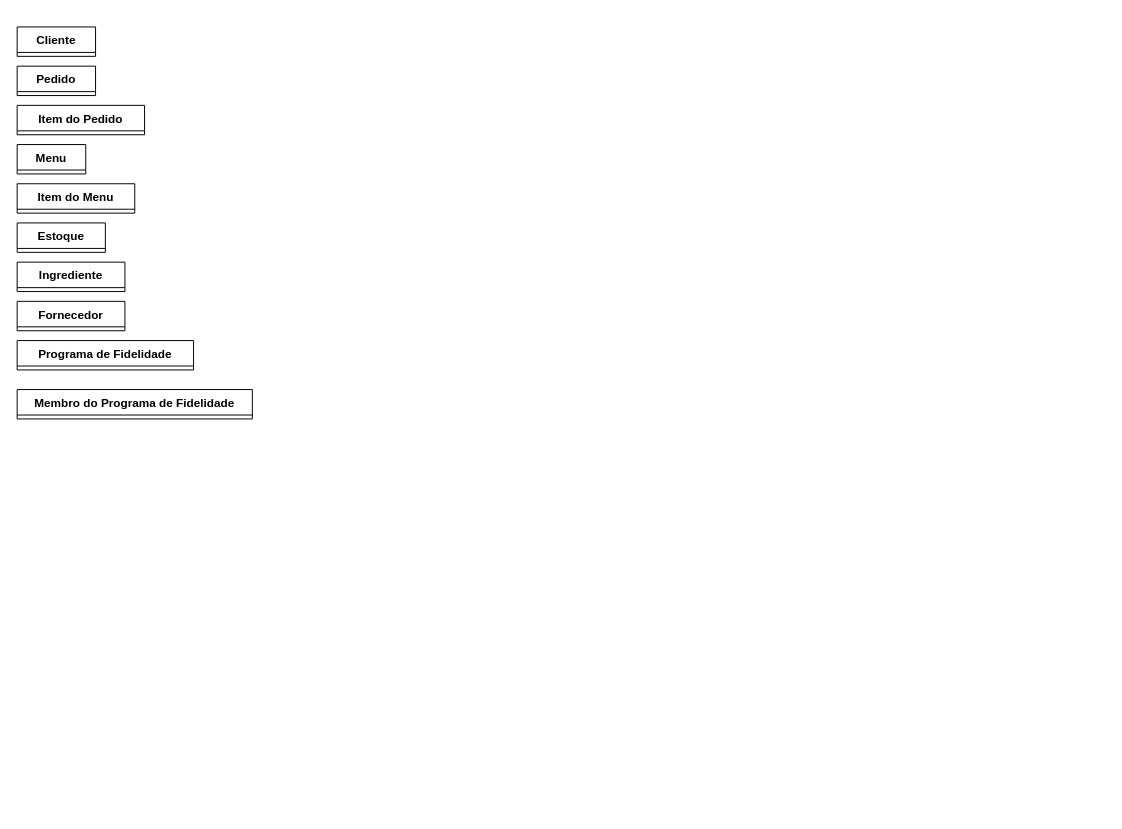
JORGEMELO21/StarupSequencial keeps this draw.io diagram as DiagramaDeClasses.drawio. Above is the earlier version. Source tidied: cells renumbered, new cells numbered last; positions are measured from the earlier drawing's top-left corner, leaving out a move shared by most shapes. Both pictures are drawn from the tidied source at 98%, with x=0, y=0 at pixel (17, 26).
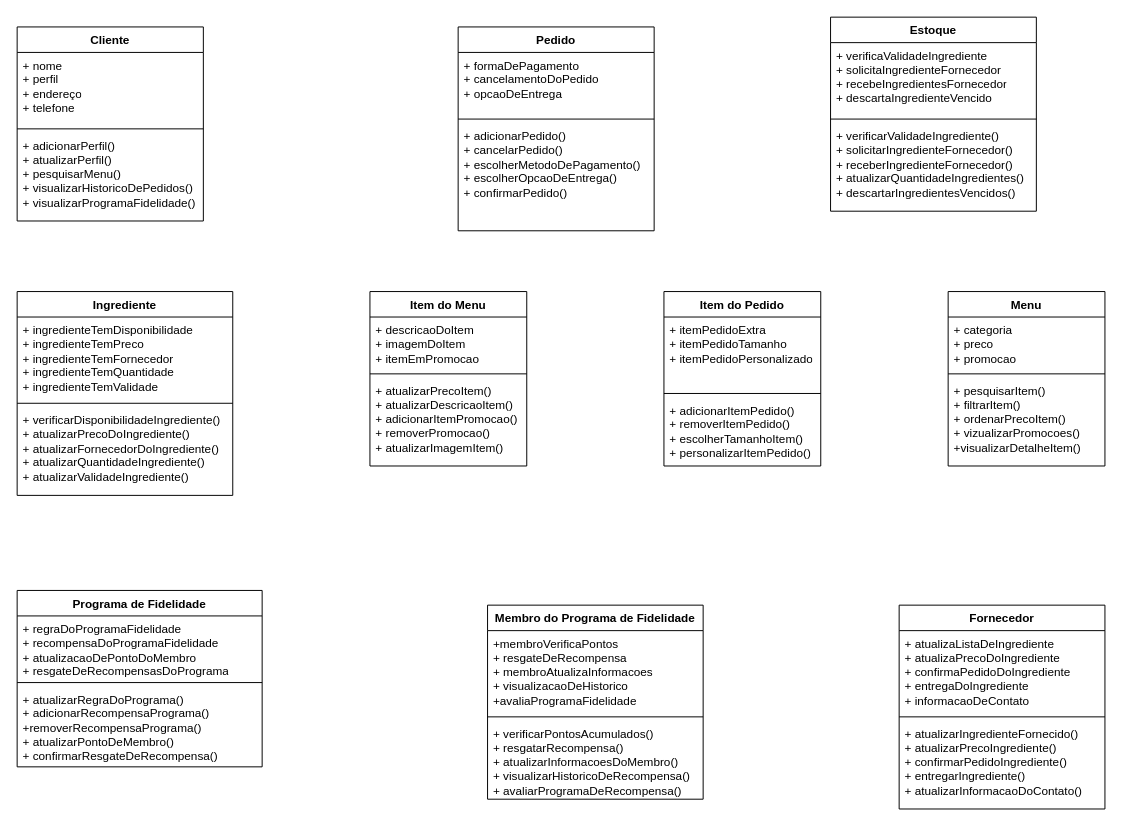
Above is the later version.

Change to the diagram source:
```diff
@@
-    <mxCell id="2" value="Cliente" style="swimlane;fontStyle=1;align=center;verticalAlign=top;horizontal=1;startSize=26;whiteSpace=wrap;html=1;" parent="1" vertex="1" collapsed="1">
-      <mxGeometry width="80" height="30" as="geometry" />
+    <mxCell id="2" value="Cliente" style="swimlane;fontStyle=1;align=center;verticalAlign=top;horizontal=1;startSize=26;whiteSpace=wrap;html=1;" parent="1" vertex="1">
+      <mxGeometry width="190" height="198" as="geometry" />
     </mxCell>
+    <mxCell id="12" value="+ nome &lt;br&gt;+ perfil &lt;br&gt;+ endereço &lt;br&gt;+ telefone&lt;br&gt;" style="text;strokeColor=none;fillColor=none;align=left;verticalAlign=top;spacingLeft=4;spacingRight=4;overflow=hidden;whiteSpace=wrap;html=1;" parent="2" vertex="1">
+      <mxGeometry y="26" width="190" height="74" as="geometry" />
+    </mxCell>
+    <mxCell id="13" style="line;strokeWidth=1;fillColor=none;align=left;verticalAlign=middle;spacingTop=-1;spacingLeft=3;spacingRight=3;labelPosition=right;strokeColor=inherit;" parent="2" vertex="1">
+      <mxGeometry y="100" width="190" height="8" as="geometry" />
+    </mxCell>
+    <mxCell id="14" value="+ adicionarPerfil() &lt;br&gt;+ atualizarPerfil() &lt;br&gt;+ pesquisarMenu() &lt;br&gt;+ visualizarHistoricoDePedidos()&lt;br&gt; + visualizarProgramaFidelidade()&lt;br&gt;" style="text;strokeColor=none;fillColor=none;align=left;verticalAlign=top;spacingLeft=4;spacingRight=4;overflow=hidden;whiteSpace=wrap;html=1;" parent="2" vertex="1">
+      <mxGeometry y="108" width="190" height="90" as="geometry" />
+    </mxCell>
-    <mxCell id="3" value="Pedido" style="swimlane;fontStyle=1;align=center;verticalAlign=top;horizontal=1;startSize=26;whiteSpace=wrap;html=1;" parent="1" vertex="1" collapsed="1">
-      <mxGeometry y="40" width="80" height="30" as="geometry" />
+    <mxCell id="3" value="Pedido" style="swimlane;fontStyle=1;align=center;verticalAlign=top;horizontal=1;startSize=26;whiteSpace=wrap;html=1;" parent="1" vertex="1">
+      <mxGeometry x="450" width="200" height="208" as="geometry" />
     </mxCell>
+    <mxCell id="15" value="+ formaDePagamento &lt;br&gt;+ cancelamentoDoPedido&lt;br&gt;+ opcaoDeEntrega&lt;br&gt;" style="text;strokeColor=none;fillColor=none;align=left;verticalAlign=top;spacingLeft=4;spacingRight=4;overflow=hidden;whiteSpace=wrap;html=1;" parent="3" vertex="1">
+      <mxGeometry y="26" width="200" height="64" as="geometry" />
+    </mxCell>
+    <mxCell id="16" style="line;strokeWidth=1;fillColor=none;align=left;verticalAlign=middle;spacingTop=-1;spacingLeft=3;spacingRight=3;labelPosition=right;strokeColor=inherit;" parent="3" vertex="1">
+      <mxGeometry y="90" width="200" height="8" as="geometry" />
+    </mxCell>
+    <mxCell id="17" value="+ adicionarPedido() &lt;br&gt;+ cancelarPedido() &lt;br&gt;+ escolherMetodoDePagamento()&lt;br&gt;+ escolherOpcaoDeEntrega()&lt;br&gt;+ confirmarPedido()&lt;br&gt;" style="text;strokeColor=none;fillColor=none;align=left;verticalAlign=top;spacingLeft=4;spacingRight=4;overflow=hidden;whiteSpace=wrap;html=1;" parent="3" vertex="1">
+      <mxGeometry y="98" width="200" height="110" as="geometry" />
+    </mxCell>
-    <mxCell id="4" value="Item do Pedido" style="swimlane;fontStyle=1;align=center;verticalAlign=top;horizontal=1;startSize=26;whiteSpace=wrap;html=1;" parent="1" vertex="1" collapsed="1">
-      <mxGeometry y="80" width="130" height="30" as="geometry" />
+    <mxCell id="4" value="Item do Pedido" style="swimlane;fontStyle=1;align=center;verticalAlign=top;horizontal=1;startSize=26;whiteSpace=wrap;html=1;" parent="1" vertex="1">
+      <mxGeometry x="660" y="270" width="160" height="178" as="geometry" />
     </mxCell>
+    <mxCell id="18" value="+ itemPedidoExtra&lt;br&gt;+ itemPedidoTamanho&lt;br&gt;+ itemPedidoPersonalizado&lt;br&gt;" style="text;strokeColor=none;fillColor=none;align=left;verticalAlign=top;spacingLeft=4;spacingRight=4;overflow=hidden;whiteSpace=wrap;html=1;" parent="4" vertex="1">
+      <mxGeometry y="26" width="160" height="74" as="geometry" />
+    </mxCell>
+    <mxCell id="19" style="line;strokeWidth=1;fillColor=none;align=left;verticalAlign=middle;spacingTop=-1;spacingLeft=3;spacingRight=3;labelPosition=right;strokeColor=inherit;" parent="4" vertex="1">
+      <mxGeometry y="100" width="160" height="8" as="geometry" />
+    </mxCell>
+    <mxCell id="20" value="+ adicionarItemPedido()&lt;br&gt;+ removerItemPedido()&lt;br&gt;+ escolherTamanhoItem()&lt;br&gt;+ personalizarItemPedido()&lt;br&gt;" style="text;strokeColor=none;fillColor=none;align=left;verticalAlign=top;spacingLeft=4;spacingRight=4;overflow=hidden;whiteSpace=wrap;html=1;" parent="4" vertex="1">
+      <mxGeometry y="108" width="160" height="70" as="geometry" />
+    </mxCell>
-    <mxCell id="5" value="Menu" style="swimlane;fontStyle=1;align=center;verticalAlign=top;horizontal=1;startSize=26;whiteSpace=wrap;html=1;" parent="1" vertex="1" collapsed="1">
-      <mxGeometry y="120" width="70" height="30" as="geometry" />
+    <mxCell id="5" value="Menu" style="swimlane;fontStyle=1;align=center;verticalAlign=top;horizontal=1;startSize=26;whiteSpace=wrap;html=1;" parent="1" vertex="1">
+      <mxGeometry x="950" y="270" width="160" height="178" as="geometry" />
     </mxCell>
+    <mxCell id="21" value="+ categoria&lt;br&gt;+ preco&lt;br&gt;+ promocao&lt;br&gt;&lt;br&gt;" style="text;strokeColor=none;fillColor=none;align=left;verticalAlign=top;spacingLeft=4;spacingRight=4;overflow=hidden;whiteSpace=wrap;html=1;" parent="5" vertex="1">
+      <mxGeometry y="26" width="160" height="54" as="geometry" />
+    </mxCell>
+    <mxCell id="22" style="line;strokeWidth=1;fillColor=none;align=left;verticalAlign=middle;spacingTop=-1;spacingLeft=3;spacingRight=3;labelPosition=right;strokeColor=inherit;" parent="5" vertex="1">
+      <mxGeometry y="80" width="160" height="8" as="geometry" />
+    </mxCell>
+    <mxCell id="23" value="+ pesquisarItem()&lt;br&gt;+ filtrarItem()&lt;br&gt;+ ordenarPrecoItem()&lt;br&gt;+ vizualizarPromocoes()&lt;br&gt;+visualizarDetalheItem()&lt;br&gt;" style="text;strokeColor=none;fillColor=none;align=left;verticalAlign=top;spacingLeft=4;spacingRight=4;overflow=hidden;whiteSpace=wrap;html=1;" parent="5" vertex="1">
+      <mxGeometry y="88" width="160" height="90" as="geometry" />
+    </mxCell>
-    <mxCell id="6" value="Item do Menu" style="swimlane;fontStyle=1;align=center;verticalAlign=top;horizontal=1;startSize=26;whiteSpace=wrap;html=1;" parent="1" vertex="1" collapsed="1">
-      <mxGeometry y="160" width="120" height="30" as="geometry" />
+    <mxCell id="6" value="Item do Menu" style="swimlane;fontStyle=1;align=center;verticalAlign=top;horizontal=1;startSize=26;whiteSpace=wrap;html=1;" parent="1" vertex="1">
+      <mxGeometry x="360" y="270" width="160" height="178" as="geometry" />
     </mxCell>
+    <mxCell id="24" value="+ descricaoDoItem&lt;br&gt;+ imagemDoItem&lt;br&gt;+ itemEmPromocao&lt;br&gt;" style="text;strokeColor=none;fillColor=none;align=left;verticalAlign=top;spacingLeft=4;spacingRight=4;overflow=hidden;whiteSpace=wrap;html=1;" parent="6" vertex="1">
+      <mxGeometry y="26" width="160" height="54" as="geometry" />
+    </mxCell>
+    <mxCell id="25" style="line;strokeWidth=1;fillColor=none;align=left;verticalAlign=middle;spacingTop=-1;spacingLeft=3;spacingRight=3;labelPosition=right;strokeColor=inherit;" parent="6" vertex="1">
+      <mxGeometry y="80" width="160" height="8" as="geometry" />
+    </mxCell>
+    <mxCell id="26" value="+ atualizarPrecoItem()&lt;br&gt;+ atualizarDescricaoItem()&lt;br&gt;+ adicionarItemPromocao()&lt;br&gt;+ removerPromocao()&lt;br&gt;+ atualizarImagemItem()&lt;br&gt;" style="text;strokeColor=none;fillColor=none;align=left;verticalAlign=top;spacingLeft=4;spacingRight=4;overflow=hidden;whiteSpace=wrap;html=1;" parent="6" vertex="1">
+      <mxGeometry y="88" width="160" height="90" as="geometry" />
+    </mxCell>
-    <mxCell id="7" value="Estoque" style="swimlane;fontStyle=1;align=center;verticalAlign=top;horizontal=1;startSize=26;whiteSpace=wrap;html=1;" parent="1" vertex="1" collapsed="1">
-      <mxGeometry y="200" width="90" height="30" as="geometry" />
+    <mxCell id="7" value="Estoque" style="swimlane;fontStyle=1;align=center;verticalAlign=top;horizontal=1;startSize=26;whiteSpace=wrap;html=1;" parent="1" vertex="1">
+      <mxGeometry x="830" y="-10" width="210" height="198" as="geometry" />
     </mxCell>
+    <mxCell id="27" value="+ verificaValidadeIngrediente&lt;br&gt;+ solicitaIngredienteFornecedor&lt;br&gt;+ recebeIngredientesFornecedor&lt;br&gt;+ descartaIngredienteVencido&lt;br&gt;" style="text;strokeColor=none;fillColor=none;align=left;verticalAlign=top;spacingLeft=4;spacingRight=4;overflow=hidden;whiteSpace=wrap;html=1;" parent="7" vertex="1">
+      <mxGeometry y="26" width="210" height="74" as="geometry" />
+    </mxCell>
+    <mxCell id="28" style="line;strokeWidth=1;fillColor=none;align=left;verticalAlign=middle;spacingTop=-1;spacingLeft=3;spacingRight=3;labelPosition=right;strokeColor=inherit;" parent="7" vertex="1">
+      <mxGeometry y="100" width="210" height="8" as="geometry" />
+    </mxCell>
+    <mxCell id="29" value="+ verificarValidadeIngrediente()&lt;br&gt;+ solicitarIngredienteFornecedor()&lt;br&gt;+ receberIngredienteFornecedor()&lt;br&gt;+ atualizarQuantidadeIngredientes()&lt;br&gt;+ descartarIngredientesVencidos()&lt;br&gt;" style="text;strokeColor=none;fillColor=none;align=left;verticalAlign=top;spacingLeft=4;spacingRight=4;overflow=hidden;whiteSpace=wrap;html=1;" parent="7" vertex="1">
+      <mxGeometry y="108" width="210" height="90" as="geometry" />
+    </mxCell>
-    <mxCell id="8" value="Ingrediente" style="swimlane;fontStyle=1;align=center;verticalAlign=top;horizontal=1;startSize=26;whiteSpace=wrap;html=1;" parent="1" vertex="1" collapsed="1">
-      <mxGeometry y="240" width="110" height="30" as="geometry" />
+    <mxCell id="8" value="Ingrediente" style="swimlane;fontStyle=1;align=center;verticalAlign=top;horizontal=1;startSize=26;whiteSpace=wrap;html=1;" parent="1" vertex="1">
+      <mxGeometry y="270" width="220" height="208" as="geometry" />
     </mxCell>
+    <mxCell id="30" value="+ ingredienteTemDisponibilidade&lt;br&gt;+ ingredienteTemPreco&lt;br&gt;+ ingredienteTemFornecedor&lt;br&gt;+ ingredienteTemQuantidade&lt;br&gt;+ ingredienteTemValidade&lt;br&gt;" style="text;strokeColor=none;fillColor=none;align=left;verticalAlign=top;spacingLeft=4;spacingRight=4;overflow=hidden;whiteSpace=wrap;html=1;" parent="8" vertex="1">
+      <mxGeometry y="26" width="220" height="84" as="geometry" />
+    </mxCell>
+    <mxCell id="31" style="line;strokeWidth=1;fillColor=none;align=left;verticalAlign=middle;spacingTop=-1;spacingLeft=3;spacingRight=3;labelPosition=right;strokeColor=inherit;" parent="8" vertex="1">
+      <mxGeometry y="110" width="220" height="8" as="geometry" />
+    </mxCell>
+    <mxCell id="32" value="+ verificarDisponibilidadeIngrediente()&lt;br&gt;+ atualizarPrecoDoIngrediente()&lt;br&gt;+ atualizarFornecedorDoIngrediente()&lt;br&gt;+ atualizarQuantidadeIngrediente()&lt;br&gt;+ atualizarValidadeIngrediente()&lt;br&gt;" style="text;strokeColor=none;fillColor=none;align=left;verticalAlign=top;spacingLeft=4;spacingRight=4;overflow=hidden;whiteSpace=wrap;html=1;" parent="8" vertex="1">
+      <mxGeometry y="118" width="220" height="90" as="geometry" />
+    </mxCell>
-    <mxCell id="9" value="Fornecedor" style="swimlane;fontStyle=1;align=center;verticalAlign=top;horizontal=1;startSize=26;whiteSpace=wrap;html=1;" parent="1" vertex="1" collapsed="1">
-      <mxGeometry y="280" width="110" height="30" as="geometry" />
+    <mxCell id="9" value="Fornecedor" style="swimlane;fontStyle=1;align=center;verticalAlign=top;horizontal=1;startSize=26;whiteSpace=wrap;html=1;" parent="1" vertex="1">
+      <mxGeometry x="900" y="590" width="210" height="208" as="geometry" />
     </mxCell>
+    <mxCell id="33" value="+ atualizaListaDeIngrediente&lt;br&gt;+ atualizaPrecoDoIngrediente&lt;br&gt;+ confirmaPedidoDoIngrediente&lt;br&gt;+ entregaDoIngrediente&lt;br&gt;+ informacaoDeContato&lt;br&gt;" style="text;strokeColor=none;fillColor=none;align=left;verticalAlign=top;spacingLeft=4;spacingRight=4;overflow=hidden;whiteSpace=wrap;html=1;" parent="9" vertex="1">
+      <mxGeometry y="26" width="210" height="84" as="geometry" />
+    </mxCell>
+    <mxCell id="34" style="line;strokeWidth=1;fillColor=none;align=left;verticalAlign=middle;spacingTop=-1;spacingLeft=3;spacingRight=3;labelPosition=right;strokeColor=inherit;" parent="9" vertex="1">
+      <mxGeometry y="110" width="210" height="8" as="geometry" />
+    </mxCell>
+    <mxCell id="35" value="+ atualizarIngredienteFornecido()&lt;br&gt;+ atualizarPrecoIngrediente()&lt;br&gt;+ confirmarPedidoIngrediente()&lt;br&gt;+ entregarIngrediente()&lt;br&gt;+ atualizarInformacaoDoContato()&lt;br&gt;" style="text;strokeColor=none;fillColor=none;align=left;verticalAlign=top;spacingLeft=4;spacingRight=4;overflow=hidden;whiteSpace=wrap;html=1;" parent="9" vertex="1">
+      <mxGeometry y="118" width="210" height="90" as="geometry" />
+    </mxCell>
-    <mxCell id="10" value="Programa de Fidelidade" style="swimlane;fontStyle=1;align=center;verticalAlign=top;horizontal=1;startSize=26;whiteSpace=wrap;html=1;" parent="1" vertex="1" collapsed="1">
-      <mxGeometry y="320" width="180" height="30" as="geometry" />
+    <mxCell id="10" value="Programa de Fidelidade" style="swimlane;fontStyle=1;align=center;verticalAlign=top;horizontal=1;startSize=26;whiteSpace=wrap;html=1;" parent="1" vertex="1">
+      <mxGeometry y="575" width="250" height="180" as="geometry" />
     </mxCell>
+    <mxCell id="36" value="+ regraDoProgramaFidelidade&lt;br&gt;+ recompensaDoProgramaFidelidade&lt;br&gt;+ atualizacaoDePontoDoMembro&lt;br&gt;+ resgateDeRecompensasDoPrograma&lt;br&gt;" style="text;strokeColor=none;fillColor=none;align=left;verticalAlign=top;spacingLeft=4;spacingRight=4;overflow=hidden;whiteSpace=wrap;html=1;" parent="10" vertex="1">
+      <mxGeometry y="26" width="250" height="64" as="geometry" />
+    </mxCell>
+    <mxCell id="37" style="line;strokeWidth=1;fillColor=none;align=left;verticalAlign=middle;spacingTop=-1;spacingLeft=3;spacingRight=3;labelPosition=right;strokeColor=inherit;" parent="10" vertex="1">
+      <mxGeometry y="90" width="250" height="8" as="geometry" />
+    </mxCell>
+    <mxCell id="38" value="+ atualizarRegraDoPrograma() &lt;br&gt;+ adicionarRecompensaPrograma()&lt;br&gt;+removerRecompensaPrograma()&lt;br&gt;+ atualizarPontoDeMembro()&lt;br&gt;+ confirmarResgateDeRecompensa()&lt;br&gt;" style="text;strokeColor=none;fillColor=none;align=left;verticalAlign=top;spacingLeft=4;spacingRight=4;overflow=hidden;whiteSpace=wrap;html=1;" parent="10" vertex="1">
+      <mxGeometry y="98" width="250" height="82" as="geometry" />
+    </mxCell>
-    <mxCell id="11" value="Membro do Programa de Fidelidade" style="swimlane;fontStyle=1;align=center;verticalAlign=top;horizontal=1;startSize=26;whiteSpace=wrap;html=1;" parent="1" vertex="1" collapsed="1">
-      <mxGeometry y="370" width="240" height="30" as="geometry" />
+    <mxCell id="11" value="Membro do Programa de Fidelidade" style="swimlane;fontStyle=1;align=center;verticalAlign=top;horizontal=1;startSize=26;whiteSpace=wrap;html=1;" parent="1" vertex="1">
+      <mxGeometry x="480" y="590" width="220" height="198" as="geometry" />
     </mxCell>
+    <mxCell id="39" value="+membroVerificaPontos&lt;br&gt;+ resgateDeRecompensa&lt;br&gt;+ membroAtualizaInformacoes&lt;br&gt;+ visualizacaoDeHistorico&lt;br&gt;+avaliaProgramaFidelidade&lt;br&gt;" style="text;strokeColor=none;fillColor=none;align=left;verticalAlign=top;spacingLeft=4;spacingRight=4;overflow=hidden;whiteSpace=wrap;html=1;" parent="11" vertex="1">
+      <mxGeometry y="26" width="220" height="84" as="geometry" />
+    </mxCell>
+    <mxCell id="40" style="line;strokeWidth=1;fillColor=none;align=left;verticalAlign=middle;spacingTop=-1;spacingLeft=3;spacingRight=3;labelPosition=right;strokeColor=inherit;" parent="11" vertex="1">
+      <mxGeometry y="110" width="220" height="8" as="geometry" />
+    </mxCell>
+    <mxCell id="41" value="+ verificarPontosAcumulados() &lt;br&gt;+ resgatarRecompensa() &lt;br&gt;+ atualizarInformacoesDoMembro() &lt;br&gt;+ visualizarHistoricoDeRecompensa()&lt;br&gt;+ avaliarProgramaDeRecompensa()&lt;br&gt;" style="text;strokeColor=none;fillColor=none;align=left;verticalAlign=top;spacingLeft=4;spacingRight=4;overflow=hidden;whiteSpace=wrap;html=1;" parent="11" vertex="1">
+      <mxGeometry y="118" width="220" height="80" as="geometry" />
+    </mxCell>
```
